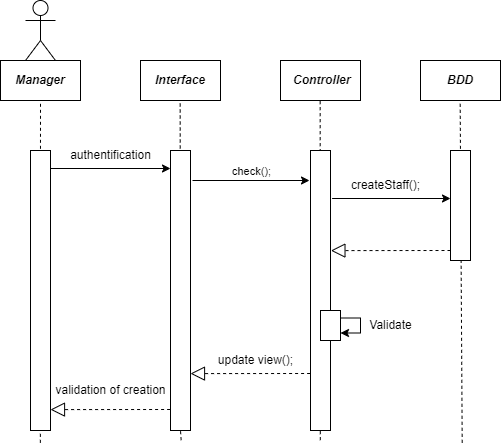
The draw.io diagram Diagrammes/diag séquence personnel create.png in pierre1316/Projet-POO-CPP-CLI, before a commit. Source tidied: cells renumbered, new cells last; positions are measured from the earlier drawing's top-left corner, leaving out a move shared by most shapes. The source it was exported from:
```xml
<mxGraphModel>
  <root>
    <mxCell id="0" />
    <mxCell id="1" parent="0" />
    <mxCell id="2" value="&lt;p style=&quot;margin:13px;&quot;&gt;&lt;b&gt;&lt;i&gt;Manager&lt;/i&gt;&lt;/b&gt;&lt;/p&gt;" style="shape=rect;html=1;overflow=fill;whiteSpace=wrap;align=center;fillColor=none;" parent="1" vertex="1">
      <mxGeometry y="60" width="80" height="40" as="geometry" />
    </mxCell>
    <mxCell id="3" style="shape=umlActor;html=1;verticalLabelPosition=bottom;verticalAlign=top;align=center;fillColor=none;" parent="1" vertex="1">
      <mxGeometry x="25" width="30" height="60" as="geometry" />
    </mxCell>
    <mxCell id="4" value="&lt;p style=&quot;margin:13px;&quot;&gt;&lt;b&gt;&lt;i&gt;Interface&lt;/i&gt;&lt;/b&gt;&lt;/p&gt;" style="shape=rect;html=1;overflow=fill;whiteSpace=wrap;align=center;fillColor=none;" parent="1" vertex="1">
      <mxGeometry x="140" y="60" width="80" height="40" as="geometry" />
    </mxCell>
    <mxCell id="5" value="&lt;p style=&quot;margin:13px;&quot;&gt;&lt;b&gt;&lt;i&gt;Controller&lt;/i&gt;&lt;/b&gt;&lt;/p&gt;" style="shape=rect;html=1;overflow=fill;whiteSpace=wrap;align=center;fillColor=none;" parent="1" vertex="1">
      <mxGeometry x="280" y="60" width="80" height="40" as="geometry" />
    </mxCell>
    <mxCell id="6" style="endArrow=none;dashed=1;html=1;rounded=0;entryX=0.5;entryY=1;entryDx=0;entryDy=0;exitX=0.127;exitY=1.007;exitDx=0;exitDy=0;exitPerimeter=0;" parent="1" edge="1" target="2">
      <mxGeometry relative="1" as="geometry">
        <mxPoint x="39.8" y="442.3" as="sourcePoint" />
      </mxGeometry>
    </mxCell>
    <mxCell id="7" style="endArrow=none;dashed=1;html=1;rounded=0;entryX=0.5;entryY=1;entryDx=0;entryDy=0;exitX=0.5;exitY=1;exitDx=0;exitDy=0;startArrow=none;" parent="1" edge="1" source="10">
      <mxGeometry relative="1" as="geometry">
        <mxPoint x="179.7" y="100" as="targetPoint" />
      </mxGeometry>
    </mxCell>
    <mxCell id="8" style="endArrow=none;dashed=1;html=1;rounded=0;entryX=0.5;entryY=1;entryDx=0;entryDy=0;exitX=0.636;exitY=0.999;exitDx=0;exitDy=0;exitPerimeter=0;" parent="1" edge="1">
      <mxGeometry relative="1" as="geometry">
        <mxPoint x="319.8" y="439.7" as="sourcePoint" />
        <mxPoint x="319.7" y="100" as="targetPoint" />
      </mxGeometry>
    </mxCell>
    <mxCell id="9" style="rounded=0;whiteSpace=wrap;html=1;fillColor=default;" parent="1" vertex="1">
      <mxGeometry x="30" y="150" width="20" height="280" as="geometry" />
    </mxCell>
    <mxCell id="10" style="rounded=0;whiteSpace=wrap;html=1;fillColor=default;" parent="1" vertex="1">
      <mxGeometry x="170" y="150" width="20" height="280" as="geometry" />
    </mxCell>
    <mxCell id="11" style="endArrow=none;dashed=1;html=1;rounded=0;entryX=0.5;entryY=1;entryDx=0;entryDy=0;exitX=0.383;exitY=0.999;exitDx=0;exitDy=0;exitPerimeter=0;" parent="1" edge="1" target="10">
      <mxGeometry relative="1" as="geometry">
        <mxPoint x="180.7" y="439.7" as="sourcePoint" />
      </mxGeometry>
    </mxCell>
    <mxCell id="12" style="rounded=0;whiteSpace=wrap;html=1;fillColor=default;" parent="1" vertex="1">
      <mxGeometry x="310" y="150" width="20" height="280" as="geometry" />
    </mxCell>
    <mxCell id="13" style="endArrow=classic;html=1;rounded=0;" parent="1" edge="1">
      <mxGeometry relative="1" as="geometry">
        <mxPoint x="50" y="168" as="sourcePoint" />
        <mxPoint x="170" y="168" as="targetPoint" />
      </mxGeometry>
    </mxCell>
    <mxCell id="14" value="authentification" style="text;html=1;align=center;verticalAlign=middle;strokeColor=none;fillColor=none;" parent="1" vertex="1">
      <mxGeometry x="60" y="145" width="100" height="20" as="geometry" />
    </mxCell>
    <mxCell id="15" style="edgeStyle=none;html=1;endSize=12;endArrow=block;endFill=0;dashed=1;rounded=0;exitX=-0.02;exitY=0.163;exitDx=0;exitDy=0;exitPerimeter=0;" parent="1" edge="1">
      <mxGeometry relative="1" as="geometry">
        <mxPoint x="169.6" y="409" as="sourcePoint" />
        <mxPoint x="50" y="409.1" as="targetPoint" />
      </mxGeometry>
    </mxCell>
    <mxCell id="16" value="validation of creation" style="text;html=1;align=center;verticalAlign=middle;strokeColor=none;fillColor=none;" parent="1" vertex="1">
      <mxGeometry x="45" y="380" width="130" height="20" as="geometry" />
    </mxCell>
    <mxCell id="17" style="endArrow=classic;html=1;rounded=0;exitX=1.1;exitY=0.035;exitDx=0;exitDy=0;exitPerimeter=0;entryX=0.02;entryY=0.035;entryDx=0;entryDy=0;entryPerimeter=0;" parent="1" edge="1">
      <mxGeometry relative="1" as="geometry">
        <mxPoint x="331.6" y="198" as="sourcePoint" />
        <mxPoint x="450" y="198" as="targetPoint" />
      </mxGeometry>
    </mxCell>
    <mxCell id="18" value="createStaff();" style="text;html=1;align=center;verticalAlign=middle;strokeColor=none;fillColor=none;" parent="1" vertex="1">
      <mxGeometry x="340" y="170" width="90" height="30" as="geometry" />
    </mxCell>
    <mxCell id="19" style="edgeStyle=none;html=1;endSize=12;endArrow=block;endFill=0;dashed=1;rounded=0;exitX=-0.02;exitY=0.163;exitDx=0;exitDy=0;exitPerimeter=0;" parent="1" edge="1">
      <mxGeometry relative="1" as="geometry">
        <mxPoint x="309.6" y="373" as="sourcePoint" />
        <mxPoint x="190" y="373.1" as="targetPoint" />
      </mxGeometry>
    </mxCell>
    <mxCell id="20" value="&lt;p style=&quot;margin:13px;&quot;&gt;&lt;b&gt;&lt;i&gt;BDD&lt;/i&gt;&lt;/b&gt;&lt;/p&gt;" style="shape=rect;html=1;overflow=fill;whiteSpace=wrap;align=center;fillColor=none;" parent="1" vertex="1">
      <mxGeometry x="420" y="60" width="80" height="40" as="geometry" />
    </mxCell>
    <mxCell id="21" style="endArrow=none;dashed=1;html=1;rounded=0;entryX=0.5;entryY=1;entryDx=0;entryDy=0;exitX=0.894;exitY=1.007;exitDx=0;exitDy=0;exitPerimeter=0;" parent="1" edge="1">
      <mxGeometry relative="1" as="geometry">
        <mxPoint x="461.7" y="442.3" as="sourcePoint" />
        <mxPoint x="459.7" y="100" as="targetPoint" />
      </mxGeometry>
    </mxCell>
    <mxCell id="22" style="rounded=0;whiteSpace=wrap;html=1;fillColor=default;" parent="1" vertex="1">
      <mxGeometry x="450" y="150" width="20" height="110" as="geometry" />
    </mxCell>
    <mxCell id="23" style="edgeStyle=none;html=1;endSize=12;endArrow=block;endFill=0;dashed=1;rounded=0;exitX=-0.02;exitY=0.163;exitDx=0;exitDy=0;exitPerimeter=0;" parent="1" edge="1">
      <mxGeometry relative="1" as="geometry">
        <mxPoint x="450" y="250" as="sourcePoint" />
        <mxPoint x="330.4" y="250.1" as="targetPoint" />
      </mxGeometry>
    </mxCell>
    <mxCell id="24" value="update view();" style="text;html=1;align=center;verticalAlign=middle;strokeColor=none;fillColor=none;" parent="1" vertex="1">
      <mxGeometry x="210" y="350" width="90" height="20" as="geometry" />
    </mxCell>
    <mxCell id="25" style="rounded=0;whiteSpace=wrap;html=1;fillColor=default;" parent="1" vertex="1">
      <mxGeometry x="320" y="310" width="20" height="30" as="geometry" />
    </mxCell>
    <mxCell id="26" style="endArrow=classic;html=1;rounded=0;exitX=1;exitY=0.25;exitDx=0;exitDy=0;edgeStyle=orthogonalEdgeStyle;entryX=1;entryY=0.75;entryDx=0;entryDy=0;" parent="1" edge="1">
      <mxGeometry relative="1" as="geometry">
        <mxPoint x="340" y="317.5" as="sourcePoint" />
        <mxPoint x="340" y="332.5" as="targetPoint" />
        <Array as="points">
          <mxPoint x="360" y="318" />
          <mxPoint x="360" y="333" />
        </Array>
      </mxGeometry>
    </mxCell>
    <mxCell id="27" value="Validate" style="text;html=1;align=center;verticalAlign=middle;strokeColor=none;fillColor=none;" parent="1" vertex="1">
      <mxGeometry x="355" y="310" width="70" height="30" as="geometry" />
    </mxCell>
    <mxCell id="28" style="endArrow=classic;html=1;" parent="1" edge="1">
      <mxGeometry relative="1" as="geometry">
        <mxPoint x="192" y="180" as="sourcePoint" />
        <mxPoint x="309" y="180" as="targetPoint" />
      </mxGeometry>
    </mxCell>
    <mxCell id="29" value="check();" style="edgeLabel;html=1;align=center;verticalAlign=middle;" parent="28" vertex="1">
      <mxGeometry relative="1" as="geometry">
        <mxPoint x="-1" y="-10" as="offset" />
      </mxGeometry>
    </mxCell>
  </root>
</mxGraphModel>
```
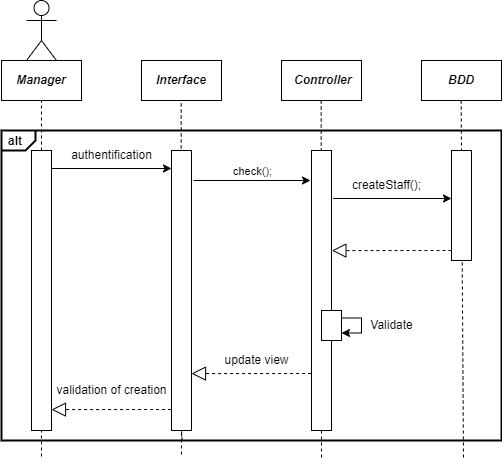
Later version of the same file.

Diff of the diagram source:
```diff
@@ -2,6 +2,9 @@
   <root>
     <mxCell id="0" />
     <mxCell id="1" parent="0" />
+    <mxCell id="30" value="&lt;p style=&quot;margin:0px;margin-top:4px;margin-left:7px;text-align:left;&quot;&gt;&lt;b&gt;alt&lt;/b&gt;&lt;/p&gt;" style="html=1;shape=mxgraph.sysml.package;overflow=fill;labelX=34.4;strokeWidth=2;align=center;fillColor=none;" parent="1" vertex="1">
+      <mxGeometry y="130" width="500" height="310" as="geometry" />
+    </mxCell>
     <mxCell id="2" value="&lt;p style=&quot;margin:13px;&quot;&gt;&lt;b&gt;&lt;i&gt;Manager&lt;/i&gt;&lt;/b&gt;&lt;/p&gt;" style="shape=rect;html=1;overflow=fill;whiteSpace=wrap;align=center;fillColor=none;" parent="1" vertex="1">
       <mxGeometry y="60" width="80" height="40" as="geometry" />
     </mxCell>
@@ -14,19 +17,20 @@
     <mxCell id="5" value="&lt;p style=&quot;margin:13px;&quot;&gt;&lt;b&gt;&lt;i&gt;Controller&lt;/i&gt;&lt;/b&gt;&lt;/p&gt;" style="shape=rect;html=1;overflow=fill;whiteSpace=wrap;align=center;fillColor=none;" parent="1" vertex="1">
       <mxGeometry x="280" y="60" width="80" height="40" as="geometry" />
     </mxCell>
-    <mxCell id="6" style="endArrow=none;dashed=1;html=1;rounded=0;entryX=0.5;entryY=1;entryDx=0;entryDy=0;exitX=0.127;exitY=1.007;exitDx=0;exitDy=0;exitPerimeter=0;" parent="1" edge="1" target="2">
+    <mxCell id="6" style="endArrow=none;dashed=1;html=1;rounded=0;entryX=0.5;entryY=1;entryDx=0;entryDy=0;" parent="1" edge="1" target="2">
       <mxGeometry relative="1" as="geometry">
-        <mxPoint x="39.8" y="442.3" as="sourcePoint" />
+        <mxPoint x="40" y="456" as="sourcePoint" />
       </mxGeometry>
     </mxCell>
-    <mxCell id="7" style="endArrow=none;dashed=1;html=1;rounded=0;entryX=0.5;entryY=1;entryDx=0;entryDy=0;exitX=0.5;exitY=1;exitDx=0;exitDy=0;startArrow=none;" parent="1" edge="1" source="10">
+    <mxCell id="7" style="endArrow=none;dashed=1;html=1;rounded=0;entryX=0.5;entryY=1;entryDx=0;entryDy=0;startArrow=none;" parent="1" edge="1">
       <mxGeometry relative="1" as="geometry">
+        <mxPoint x="180" y="454" as="sourcePoint" />
         <mxPoint x="179.7" y="100" as="targetPoint" />
       </mxGeometry>
     </mxCell>
-    <mxCell id="8" style="endArrow=none;dashed=1;html=1;rounded=0;entryX=0.5;entryY=1;entryDx=0;entryDy=0;exitX=0.636;exitY=0.999;exitDx=0;exitDy=0;exitPerimeter=0;" parent="1" edge="1">
+    <mxCell id="8" style="endArrow=none;dashed=1;html=1;rounded=0;entryX=0.5;entryY=1;entryDx=0;entryDy=0;" parent="1" edge="1">
       <mxGeometry relative="1" as="geometry">
-        <mxPoint x="319.8" y="439.7" as="sourcePoint" />
+        <mxPoint x="320" y="457" as="sourcePoint" />
         <mxPoint x="319.7" y="100" as="targetPoint" />
       </mxGeometry>
     </mxCell>
@@ -80,9 +84,9 @@
     <mxCell id="20" value="&lt;p style=&quot;margin:13px;&quot;&gt;&lt;b&gt;&lt;i&gt;BDD&lt;/i&gt;&lt;/b&gt;&lt;/p&gt;" style="shape=rect;html=1;overflow=fill;whiteSpace=wrap;align=center;fillColor=none;" parent="1" vertex="1">
       <mxGeometry x="420" y="60" width="80" height="40" as="geometry" />
     </mxCell>
-    <mxCell id="21" style="endArrow=none;dashed=1;html=1;rounded=0;entryX=0.5;entryY=1;entryDx=0;entryDy=0;exitX=0.894;exitY=1.007;exitDx=0;exitDy=0;exitPerimeter=0;" parent="1" edge="1">
+    <mxCell id="21" style="endArrow=none;dashed=1;html=1;rounded=0;entryX=0.5;entryY=1;entryDx=0;entryDy=0;" parent="1" edge="1">
       <mxGeometry relative="1" as="geometry">
-        <mxPoint x="461.7" y="442.3" as="sourcePoint" />
+        <mxPoint x="462" y="457" as="sourcePoint" />
         <mxPoint x="459.7" y="100" as="targetPoint" />
       </mxGeometry>
     </mxCell>
@@ -95,8 +99,8 @@
         <mxPoint x="330.4" y="250.1" as="targetPoint" />
       </mxGeometry>
     </mxCell>
-    <mxCell id="24" value="update view();" style="text;html=1;align=center;verticalAlign=middle;strokeColor=none;fillColor=none;" parent="1" vertex="1">
-      <mxGeometry x="210" y="350" width="90" height="20" as="geometry" />
+    <mxCell id="24" value="update view" style="text;html=1;align=center;verticalAlign=middle;strokeColor=none;fillColor=none;" parent="1" vertex="1">
+      <mxGeometry x="214" y="347" width="82" height="26" as="geometry" />
     </mxCell>
     <mxCell id="25" style="rounded=0;whiteSpace=wrap;html=1;fillColor=default;" parent="1" vertex="1">
       <mxGeometry x="320" y="310" width="20" height="30" as="geometry" />
```
